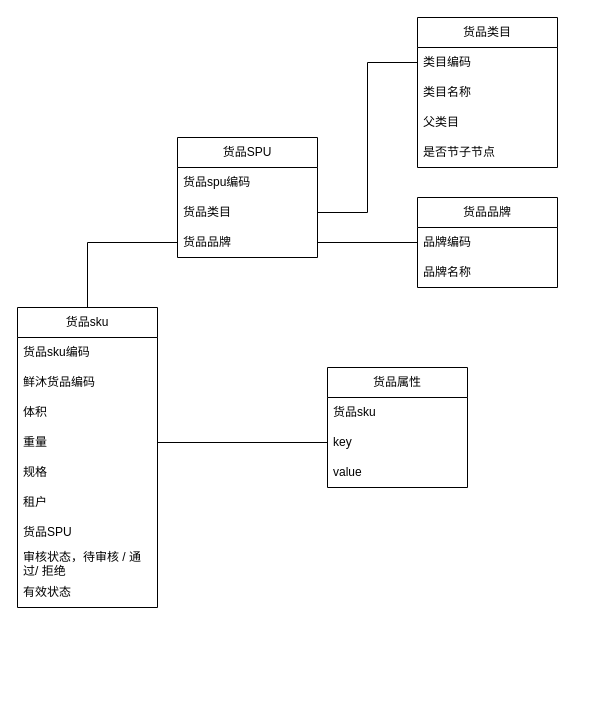
Earlier version of the draw.io diagram draw.io/商品货品关系.drawio (zzqfsy/zzqfsy.github.io). Source tidied: cells renumbered, new cells numbered last; positions are measured from the earlier drawing's top-left corner, leaving out a move shared by most shapes. Both pictures are drawn from the tidied source at 100%, with x=0, y=0 at pixel (17, 17).
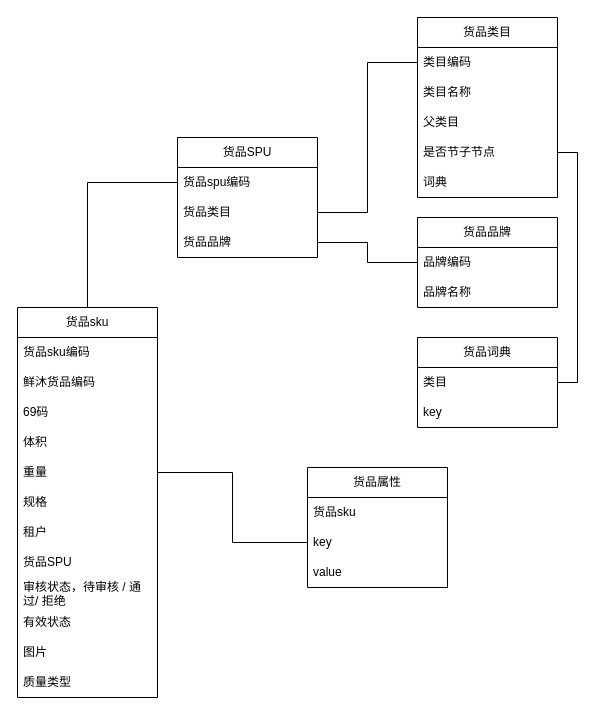
Above is the later version.

Commit message:
更新商品货品关系.drawio

Unchanged cells that the change refers to:
```xml
<mxCell id="18" value="货品spu编码" style="text;strokeColor=none;fillColor=none;align=left;verticalAlign=middle;spacingLeft=4;spacingRight=4;overflow=hidden;points=[[0,0.5],[1,0.5]];portConstraint=eastwest;whiteSpace=wrap;html=1;" parent="17" vertex="1">
  <mxGeometry y="30" width="140" height="30" as="geometry" />
</mxCell>
<mxCell id="20" value="货品品牌" style="text;strokeColor=none;fillColor=none;align=left;verticalAlign=middle;spacingLeft=4;spacingRight=4;overflow=hidden;points=[[0,0.5],[1,0.5]];portConstraint=eastwest;whiteSpace=wrap;html=1;" parent="17" vertex="1">
  <mxGeometry y="90" width="140" height="30" as="geometry" />
</mxCell>
<mxCell id="25" value="是否节子节点" style="text;strokeColor=none;fillColor=none;align=left;verticalAlign=middle;spacingLeft=4;spacingRight=4;overflow=hidden;points=[[0,0.5],[1,0.5]];portConstraint=eastwest;whiteSpace=wrap;html=1;" parent="21" vertex="1">
  <mxGeometry y="120" width="140" height="30" as="geometry" />
</mxCell>
```

Diff of the diagram source:
```diff
@@
     <mxCell id="2" value="货品sku" style="swimlane;fontStyle=0;horizontal=1;startSize=30;whiteSpace=wrap;html=1;" parent="1" vertex="1">
-      <mxGeometry y="290" width="140" height="300" as="geometry" />
+      <mxGeometry y="290" width="140" height="390" as="geometry" />
     </mxCell>
@@
+    <mxCell id="32" value="69码" style="text;strokeColor=none;fillColor=none;align=left;verticalAlign=middle;spacingLeft=4;spacingRight=4;overflow=hidden;whiteSpace=wrap;html=1;" parent="2" vertex="1">
+      <mxGeometry y="90" width="140" height="30" as="geometry" />
+    </mxCell>
     <mxCell id="5" value="体积" style="text;strokeColor=none;fillColor=none;align=left;verticalAlign=middle;spacingLeft=4;spacingRight=4;overflow=hidden;whiteSpace=wrap;html=1;" parent="2" vertex="1">
-      <mxGeometry y="90" width="140" height="30" as="geometry" />
+      <mxGeometry y="120" width="140" height="30" as="geometry" />
     </mxCell>
     <mxCell id="6" value="重量" style="text;strokeColor=none;fillColor=none;align=left;verticalAlign=middle;spacingLeft=4;spacingRight=4;overflow=hidden;points=[[0,0.5],[1,0.5]];portConstraint=eastwest;whiteSpace=wrap;html=1;" parent="2" vertex="1">
-      <mxGeometry y="120" width="140" height="30" as="geometry" />
+      <mxGeometry y="150" width="140" height="30" as="geometry" />
     </mxCell>
     <mxCell id="7" value="规格" style="text;strokeColor=none;fillColor=none;align=left;verticalAlign=middle;spacingLeft=4;spacingRight=4;overflow=hidden;whiteSpace=wrap;html=1;" parent="2" vertex="1">
-      <mxGeometry y="150" width="140" height="30" as="geometry" />
+      <mxGeometry y="180" width="140" height="30" as="geometry" />
     </mxCell>
     <mxCell id="8" value="租户" style="text;strokeColor=none;fillColor=none;align=left;verticalAlign=middle;spacingLeft=4;spacingRight=4;overflow=hidden;whiteSpace=wrap;html=1;" parent="2" vertex="1">
-      <mxGeometry y="180" width="140" height="30" as="geometry" />
+      <mxGeometry y="210" width="140" height="30" as="geometry" />
     </mxCell>
     <mxCell id="9" value="货品SPU" style="text;strokeColor=none;fillColor=none;align=left;verticalAlign=middle;spacingLeft=4;spacingRight=4;overflow=hidden;whiteSpace=wrap;html=1;" parent="2" vertex="1">
-      <mxGeometry y="210" width="140" height="30" as="geometry" />
+      <mxGeometry y="240" width="140" height="30" as="geometry" />
     </mxCell>
     <mxCell id="10" value="审核状态，待审核 / 通过/ 拒绝" style="text;strokeColor=none;fillColor=none;align=left;verticalAlign=middle;spacingLeft=4;spacingRight=4;overflow=hidden;whiteSpace=wrap;html=1;" parent="2" vertex="1">
-      <mxGeometry y="240" width="140" height="30" as="geometry" />
+      <mxGeometry y="270" width="140" height="30" as="geometry" />
     </mxCell>
     <mxCell id="11" value="有效状态" style="text;strokeColor=none;fillColor=none;align=left;verticalAlign=middle;spacingLeft=4;spacingRight=4;overflow=hidden;whiteSpace=wrap;html=1;" parent="2" vertex="1">
-      <mxGeometry y="270" width="140" height="30" as="geometry" />
+      <mxGeometry y="300" width="140" height="30" as="geometry" />
     </mxCell>
+    <mxCell id="33" value="图片" style="text;strokeColor=none;fillColor=none;align=left;verticalAlign=middle;spacingLeft=4;spacingRight=4;overflow=hidden;whiteSpace=wrap;html=1;" parent="2" vertex="1">
+      <mxGeometry y="330" width="140" height="30" as="geometry" />
+    </mxCell>
+    <mxCell id="34" value="质量类型" style="text;strokeColor=none;fillColor=none;align=left;verticalAlign=middle;spacingLeft=4;spacingRight=4;overflow=hidden;whiteSpace=wrap;html=1;" parent="2" vertex="1">
+      <mxGeometry y="360" width="140" height="30" as="geometry" />
+    </mxCell>
     <mxCell id="12" value="货品属性" style="swimlane;fontStyle=0;horizontal=1;startSize=30;whiteSpace=wrap;html=1;" parent="1" vertex="1">
-      <mxGeometry x="310" y="350" width="140" height="120" as="geometry" />
+      <mxGeometry x="290" y="450" width="140" height="120" as="geometry" />
     </mxCell>
@@
     <mxCell id="21" value="货品类目" style="swimlane;fontStyle=0;horizontal=1;startSize=30;whiteSpace=wrap;html=1;" parent="1" vertex="1">
-      <mxGeometry x="400" width="140" height="150" as="geometry" />
+      <mxGeometry x="400" width="140" height="180" as="geometry" />
     </mxCell>
@@
+    <mxCell id="35" value="词典" style="text;strokeColor=none;fillColor=none;align=left;verticalAlign=middle;spacingLeft=4;spacingRight=4;overflow=hidden;whiteSpace=wrap;html=1;" parent="21" vertex="1">
+      <mxGeometry y="150" width="140" height="30" as="geometry" />
+    </mxCell>
     <mxCell id="26" value="货品品牌" style="swimlane;fontStyle=0;horizontal=1;startSize=30;whiteSpace=wrap;html=1;" parent="1" vertex="1">
-      <mxGeometry x="400" y="180" width="140" height="90" as="geometry" />
+      <mxGeometry x="400" y="200" width="140" height="90" as="geometry" />
     </mxCell>
@@
-    <mxCell id="31" style="edgeStyle=orthogonalEdgeStyle;rounded=0;jettySize=auto;html=1;exitX=0;exitY=0.5;exitDx=0;exitDy=0;endArrow=none;endFill=0;" parent="1" edge="1" source="20" target="2">
+    <mxCell id="31" style="edgeStyle=orthogonalEdgeStyle;rounded=0;jettySize=auto;html=1;exitX=0;exitY=0.5;exitDx=0;exitDy=0;endArrow=none;endFill=0;" parent="1" edge="1" source="18" target="2">
       <mxGeometry relative="1" as="geometry" />
     </mxCell>
+    <mxCell id="36" value="货品词典" style="swimlane;fontStyle=0;horizontal=1;startSize=30;whiteSpace=wrap;html=1;" parent="1" vertex="1">
+      <mxGeometry x="400" y="320" width="140" height="90" as="geometry" />
+    </mxCell>
+    <mxCell id="37" value="类目" style="text;strokeColor=none;fillColor=none;align=left;verticalAlign=middle;spacingLeft=4;spacingRight=4;overflow=hidden;points=[[0,0.5],[1,0.5]];portConstraint=eastwest;whiteSpace=wrap;html=1;" parent="36" vertex="1">
+      <mxGeometry y="30" width="140" height="30" as="geometry" />
+    </mxCell>
+    <mxCell id="38" value="key" style="text;strokeColor=none;fillColor=none;align=left;verticalAlign=middle;spacingLeft=4;spacingRight=4;overflow=hidden;whiteSpace=wrap;html=1;" parent="36" vertex="1">
+      <mxGeometry y="60" width="140" height="30" as="geometry" />
+    </mxCell>
+    <mxCell id="39" style="edgeStyle=orthogonalEdgeStyle;rounded=0;jettySize=auto;html=1;exitX=1;exitY=0.5;exitDx=0;exitDy=0;endArrow=none;endFill=0;entryX=1;entryY=0.5;entryDx=0;entryDy=0;" parent="1" edge="1" source="25" target="37">
+      <mxGeometry relative="1" as="geometry" />
+    </mxCell>
```
